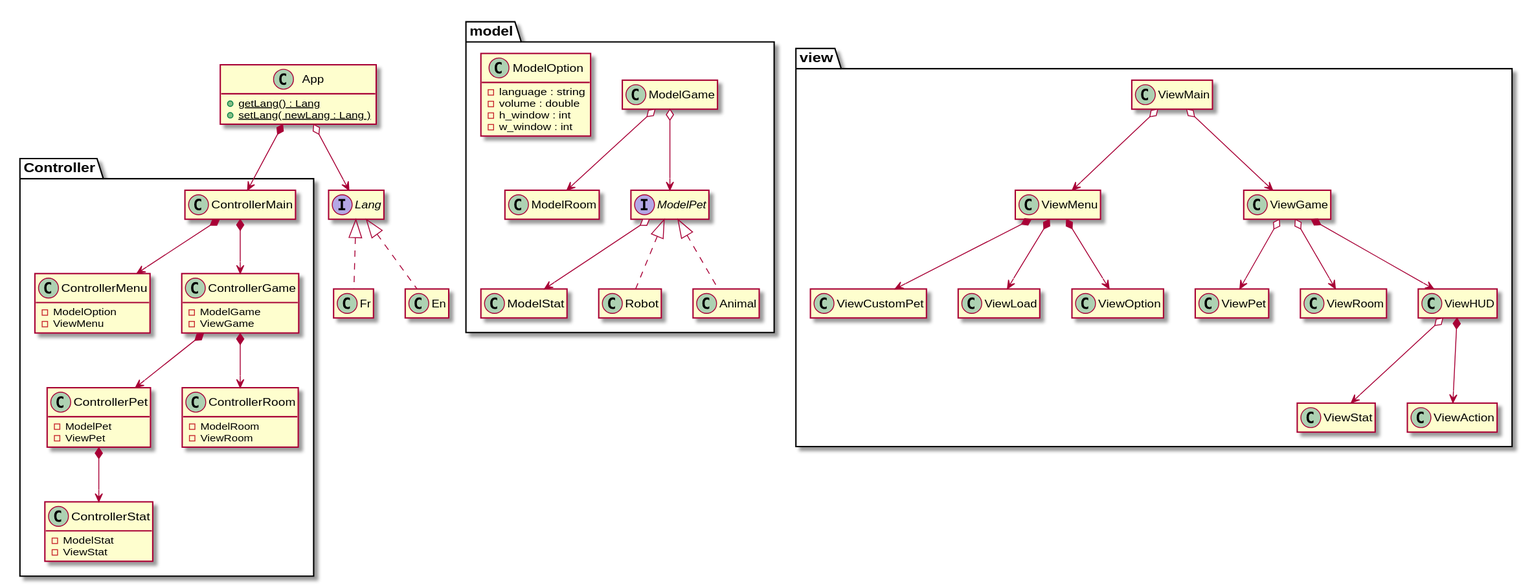
This is diagrams/svg/diagram-class.svg from 83NJAM1/Tamagotchi, a PlantUML export, as it was before one commit.
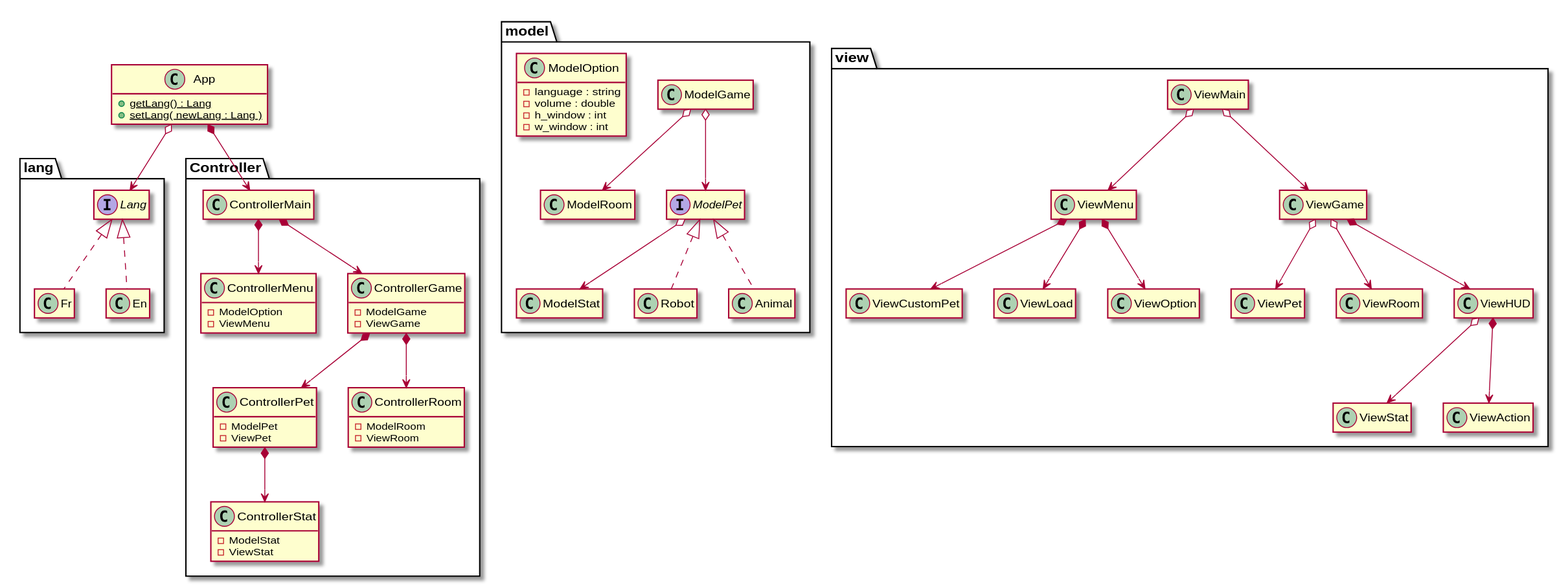
Above is the later version.

Commit message:
update - ajout du package lang dans le diagramme

What changed in the source:
```diff
@@ -8,13 +8,12 @@
 	+ {static} setLang( newLang : Lang )
 }
 
-interface Lang
-class Fr
-Class En
 
-Lang <|.. Fr
-Lang <|.. En
-App o--> Lang
+package lang {
+	interface Lang
+	class Fr
+	Class En
+}
 
 package model {
     class ModelRoom
@@ -94,6 +93,9 @@
 
 }
 
+Lang <|.. Fr
+Lang <|.. En
+App o--> Lang
 App *--> ControllerMain
 
 @enduml
```
